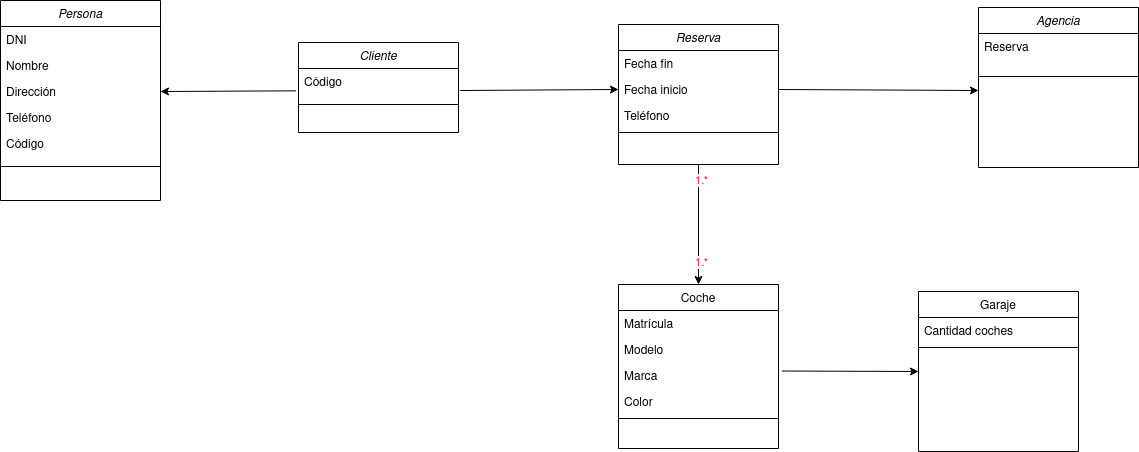
Before: Tareas/AlquierCoches.drawio.png, a diagram exported from draw.io (colidom/ets). Source tidied: cells renumbered, new cells last; positions are measured from the earlier drawing's top-left corner, leaving out a move shared by most shapes.
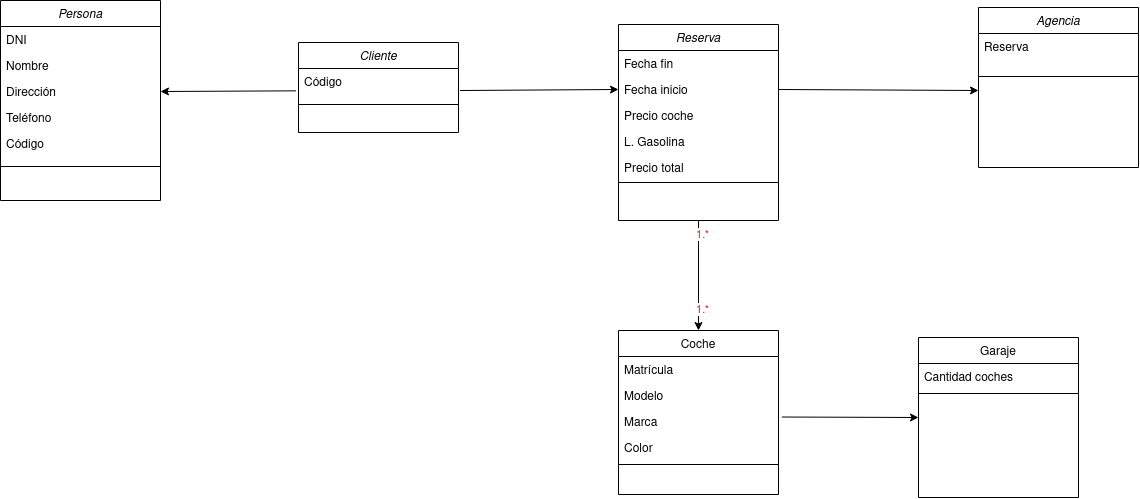
Above is the later version.

Diff of the diagram source:
```diff
@@ -24,7 +24,7 @@
       <mxGeometry y="156" width="160" height="20" as="geometry" />
     </mxCell>
     <mxCell id="9" value="Coche" style="swimlane;fontStyle=0;align=center;verticalAlign=top;horizontal=1;startSize=26;rounded=0;shadow=0;strokeWidth=1;" parent="1" vertex="1">
-      <mxGeometry x="618" y="284" width="160" height="164" as="geometry" />
+      <mxGeometry x="618" y="330" width="160" height="164" as="geometry" />
     </mxCell>
     <mxCell id="10" value="Matrícula" style="text;align=left;verticalAlign=top;spacingLeft=4;spacingRight=4;overflow=hidden;" parent="9" vertex="1">
       <mxGeometry y="26" width="160" height="26" as="geometry" />
@@ -60,7 +60,7 @@
       <mxGeometry y="52" width="160" height="34" as="geometry" />
     </mxCell>
     <mxCell id="21" value="Garaje" style="swimlane;fontStyle=0;align=center;verticalAlign=top;horizontal=1;startSize=26;rounded=0;shadow=0;strokeWidth=1;" parent="1" vertex="1">
-      <mxGeometry x="918" y="291" width="160" height="160" as="geometry" />
+      <mxGeometry x="918" y="337" width="160" height="160" as="geometry" />
     </mxCell>
     <mxCell id="22" value="Cantidad coches" style="text;align=left;verticalAlign=top;spacingLeft=4;spacingRight=4;overflow=hidden;rounded=0;shadow=0;html=0;" parent="21" vertex="1">
       <mxGeometry y="26" width="160" height="26" as="geometry" />
@@ -69,7 +69,7 @@
       <mxGeometry y="52" width="160" height="8" as="geometry" />
     </mxCell>
     <mxCell id="24" value="Reserva" style="swimlane;fontStyle=2;align=center;verticalAlign=top;horizontal=1;startSize=26;rounded=0;shadow=0;strokeWidth=1;" parent="1" vertex="1">
-      <mxGeometry x="618" y="24" width="160" height="140" as="geometry" />
+      <mxGeometry x="618" y="24" width="160" height="196" as="geometry" />
     </mxCell>
     <mxCell id="25" value="Fecha fin" style="text;align=left;verticalAlign=top;spacingLeft=4;spacingRight=4;overflow=hidden;rounded=0;shadow=0;html=0;" parent="24" vertex="1">
       <mxGeometry y="26" width="160" height="26" as="geometry" />
@@ -77,11 +77,17 @@
     <mxCell id="26" value="Fecha inicio" style="text;align=left;verticalAlign=top;spacingLeft=4;spacingRight=4;overflow=hidden;points=[[0,0.5],[1,0.5]];portConstraint=eastwest;" parent="24" vertex="1">
       <mxGeometry y="52" width="160" height="26" as="geometry" />
     </mxCell>
-    <mxCell id="27" value="Teléfono" style="text;align=left;verticalAlign=top;spacingLeft=4;spacingRight=4;overflow=hidden;rounded=0;shadow=0;html=0;" parent="24" vertex="1">
+    <mxCell id="27" value="Precio coche" style="text;align=left;verticalAlign=top;spacingLeft=4;spacingRight=4;overflow=hidden;rounded=0;shadow=0;html=0;" parent="24" vertex="1">
       <mxGeometry y="78" width="160" height="26" as="geometry" />
     </mxCell>
+    <mxCell id="36" value="L. Gasolina" style="text;align=left;verticalAlign=top;spacingLeft=4;spacingRight=4;overflow=hidden;rounded=0;shadow=0;html=0;" parent="24" vertex="1">
+      <mxGeometry y="104" width="160" height="26" as="geometry" />
+    </mxCell>
+    <mxCell id="37" value="Precio total" style="text;align=left;verticalAlign=top;spacingLeft=4;spacingRight=4;overflow=hidden;rounded=0;shadow=0;html=0;" parent="24" vertex="1">
+      <mxGeometry y="130" width="160" height="26" as="geometry" />
+    </mxCell>
     <mxCell id="28" style="line;html=1;strokeWidth=1;align=left;verticalAlign=middle;spacingTop=-1;spacingLeft=3;spacingRight=3;labelPosition=right;" parent="24" vertex="1">
-      <mxGeometry y="104" width="160" height="8" as="geometry" />
+      <mxGeometry y="156" width="160" height="4" as="geometry" />
     </mxCell>
     <mxCell id="29" value="Cliente" style="swimlane;fontStyle=2;align=center;verticalAlign=top;horizontal=1;startSize=26;rounded=0;shadow=0;strokeWidth=1;" parent="1" vertex="1">
       <mxGeometry x="298" y="42" width="160" height="90" as="geometry" />
```
